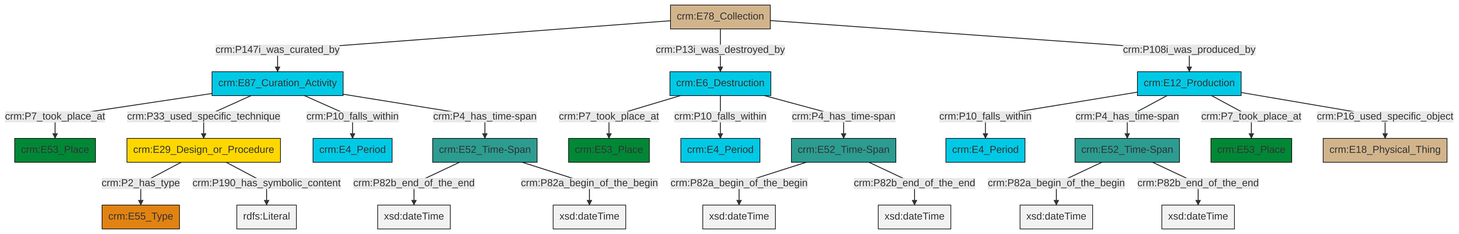
Before: et/archivalCSV/ttl/mmd/png/archival_existence.png, a diagram exported from Mermaid (swiss-art-research-net/docs.swissartresearch). Its source is kept beside it as et/archivalCSV/ttl/mmd/archival_existence.ttl.mmd.
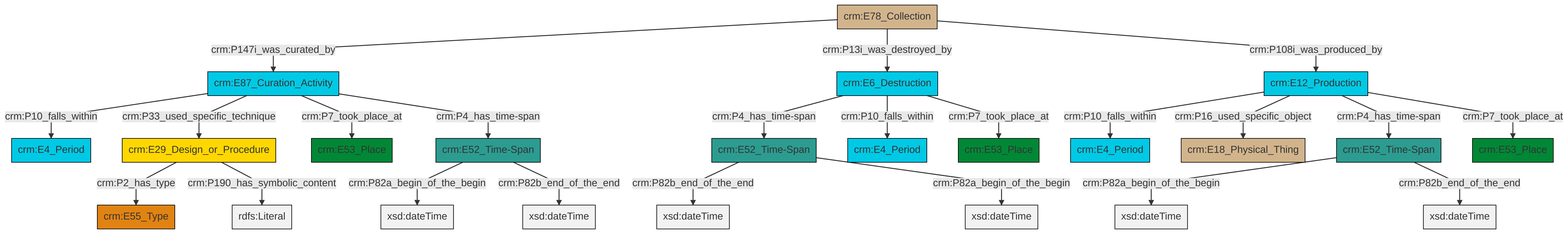
The same file after the commit.

The edit, as a diff of the source:
```diff
@@ -13,25 +13,25 @@
 classDef PC_Classes fill:#4ce600, stroke:#000000;
 classDef Multi fill:#cccccc,stroke:#000000;
 
-4["crm:E52_Time-Span"]:::Time-Span -->|crm:P82a_begin_of_the_begin| 5[xsd:dateTime]:::Literal
-6["crm:E52_Time-Span"]:::Time-Span -->|crm:P82b_end_of_the_end| 7[xsd:dateTime]:::Literal
-2["crm:E6_Destruction"]:::Temporal_Entity -->|crm:P7_took_place_at| 8["crm:E53_Place"]:::Place
-9["crm:E87_Curation_Activity"]:::Temporal_Entity -->|crm:P7_took_place_at| 0["crm:E53_Place"]:::Place
-10["crm:E12_Production"]:::Temporal_Entity -->|crm:P10_falls_within| 11["crm:E4_Period"]:::Temporal_Entity
-9["crm:E87_Curation_Activity"]:::Temporal_Entity -->|crm:P33_used_specific_technique| 13["crm:E29_Design_or_Procedure"]:::Conceptual_Object
-9["crm:E87_Curation_Activity"]:::Temporal_Entity -->|crm:P10_falls_within| 15["crm:E4_Period"]:::Temporal_Entity
-6["crm:E52_Time-Span"]:::Time-Span -->|crm:P82a_begin_of_the_begin| 16[xsd:dateTime]:::Literal
-17["crm:E78_Collection"]:::Physical_Thing -->|crm:P147i_was_curated_by| 9["crm:E87_Curation_Activity"]:::Temporal_Entity
-10["crm:E12_Production"]:::Temporal_Entity -->|crm:P4_has_time-span| 18["crm:E52_Time-Span"]:::Time-Span
-4["crm:E52_Time-Span"]:::Time-Span -->|crm:P82b_end_of_the_end| 19[xsd:dateTime]:::Literal
-10["crm:E12_Production"]:::Temporal_Entity -->|crm:P7_took_place_at| 20["crm:E53_Place"]:::Place
-2["crm:E6_Destruction"]:::Temporal_Entity -->|crm:P10_falls_within| 23["crm:E4_Period"]:::Temporal_Entity
-13["crm:E29_Design_or_Procedure"]:::Conceptual_Object -->|crm:P2_has_type| 24["crm:E55_Type"]:::Type
-10["crm:E12_Production"]:::Temporal_Entity -->|crm:P16_used_specific_object| 26["crm:E18_Physical_Thing"]:::Physical_Thing
-18["crm:E52_Time-Span"]:::Time-Span -->|crm:P82a_begin_of_the_begin| 28[xsd:dateTime]:::Literal
-17["crm:E78_Collection"]:::Physical_Thing -->|crm:P13i_was_destroyed_by| 2["crm:E6_Destruction"]:::Temporal_Entity
-17["crm:E78_Collection"]:::Physical_Thing -->|crm:P108i_was_produced_by| 10["crm:E12_Production"]:::Temporal_Entity
-2["crm:E6_Destruction"]:::Temporal_Entity -->|crm:P4_has_time-span| 4["crm:E52_Time-Span"]:::Time-Span
-13["crm:E29_Design_or_Procedure"]:::Conceptual_Object -->|crm:P190_has_symbolic_content| 34[rdfs:Literal]:::Literal
-18["crm:E52_Time-Span"]:::Time-Span -->|crm:P82b_end_of_the_end| 35[xsd:dateTime]:::Literal
-9["crm:E87_Curation_Activity"]:::Temporal_Entity -->|crm:P4_has_time-span| 6["crm:E52_Time-Span"]:::Time-Span
+0["crm:E52_Time-Span"]:::Time-Span -->|crm:P82b_end_of_the_end| 1[xsd:dateTime]:::Literal
+2["crm:E78_Collection"]:::Physical_Thing -->|crm:P147i_was_curated_by| 3["crm:E87_Curation_Activity"]:::Temporal_Entity
+4["crm:E12_Production"]:::Temporal_Entity -->|crm:P10_falls_within| 5["crm:E4_Period"]:::Temporal_Entity
+3["crm:E87_Curation_Activity"]:::Temporal_Entity -->|crm:P10_falls_within| 8["crm:E4_Period"]:::Temporal_Entity
+9["crm:E52_Time-Span"]:::Time-Span -->|crm:P82a_begin_of_the_begin| 10[xsd:dateTime]:::Literal
+13["crm:E29_Design_or_Procedure"]:::Conceptual_Object -->|crm:P2_has_type| 17["crm:E55_Type"]:::Type
+20["crm:E6_Destruction"]:::Temporal_Entity -->|crm:P4_has_time-span| 0["crm:E52_Time-Span"]:::Time-Span
+13["crm:E29_Design_or_Procedure"]:::Conceptual_Object -->|crm:P190_has_symbolic_content| 27[rdfs:Literal]:::Literal
+4["crm:E12_Production"]:::Temporal_Entity -->|crm:P16_used_specific_object| 18["crm:E18_Physical_Thing"]:::Physical_Thing
+3["crm:E87_Curation_Activity"]:::Temporal_Entity -->|crm:P33_used_specific_technique| 13["crm:E29_Design_or_Procedure"]:::Conceptual_Object
+3["crm:E87_Curation_Activity"]:::Temporal_Entity -->|crm:P7_took_place_at| 15["crm:E53_Place"]:::Place
+2["crm:E78_Collection"]:::Physical_Thing -->|crm:P13i_was_destroyed_by| 20["crm:E6_Destruction"]:::Temporal_Entity
+20["crm:E6_Destruction"]:::Temporal_Entity -->|crm:P10_falls_within| 28["crm:E4_Period"]:::Temporal_Entity
+0["crm:E52_Time-Span"]:::Time-Span -->|crm:P82a_begin_of_the_begin| 29[xsd:dateTime]:::Literal
+4["crm:E12_Production"]:::Temporal_Entity -->|crm:P4_has_time-span| 6["crm:E52_Time-Span"]:::Time-Span
+9["crm:E52_Time-Span"]:::Time-Span -->|crm:P82b_end_of_the_end| 34[xsd:dateTime]:::Literal
+6["crm:E52_Time-Span"]:::Time-Span -->|crm:P82a_begin_of_the_begin| 35[xsd:dateTime]:::Literal
+4["crm:E12_Production"]:::Temporal_Entity -->|crm:P7_took_place_at| 32["crm:E53_Place"]:::Place
+6["crm:E52_Time-Span"]:::Time-Span -->|crm:P82b_end_of_the_end| 37[xsd:dateTime]:::Literal
+20["crm:E6_Destruction"]:::Temporal_Entity -->|crm:P7_took_place_at| 23["crm:E53_Place"]:::Place
+3["crm:E87_Curation_Activity"]:::Temporal_Entity -->|crm:P4_has_time-span| 9["crm:E52_Time-Span"]:::Time-Span
+2["crm:E78_Collection"]:::Physical_Thing -->|crm:P108i_was_produced_by| 4["crm:E12_Production"]:::Temporal_Entity
```
